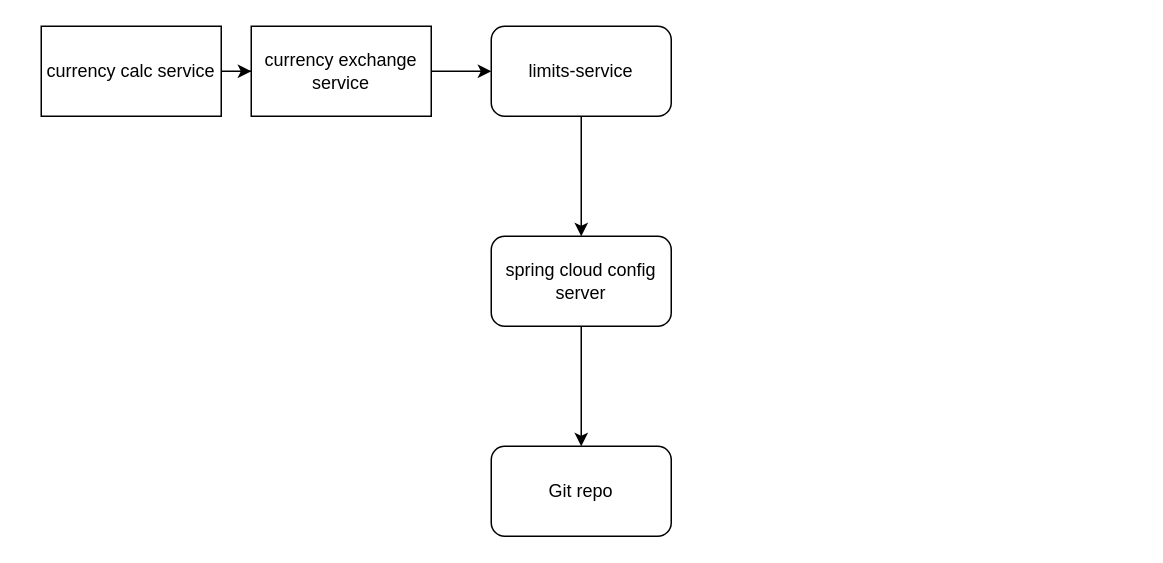
Above: Untitled Diagram.drawio in sohin-shah/drawio (draw.io), before the change. Source tidied: cells renumbered, new cells numbered last; positions are measured from the earlier drawing's top-left corner, leaving out a move shared by most shapes. Both pictures are drawn from the tidied source at 150%, with x=0, y=0 at pixel (40, 26).
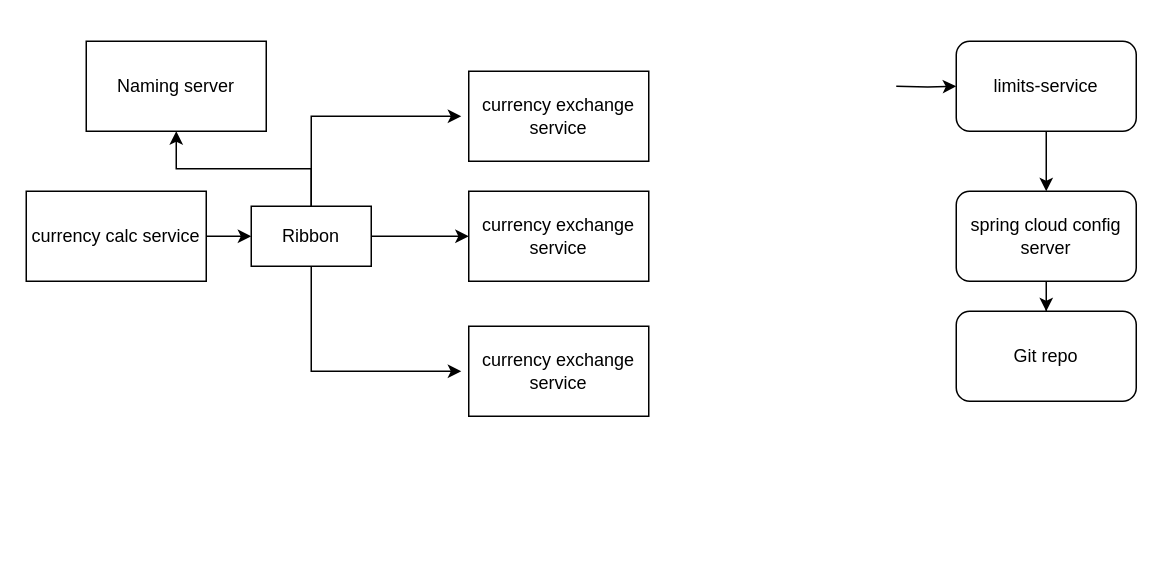
The same page after the edit.

Diff of the diagram source:
```diff
@@
     <mxCell id="3" value="limits-service" style="rounded=1;whiteSpace=wrap;html=1;" parent="1" vertex="1">
-      <mxGeometry x="300" width="120" height="60" as="geometry" />
+      <mxGeometry x="610" y="10" width="120" height="60" as="geometry" />
     </mxCell>
@@
     <mxCell id="5" value="spring cloud config server" style="whiteSpace=wrap;html=1;rounded=1;" parent="1" vertex="1">
-      <mxGeometry x="300" y="140" width="120" height="60" as="geometry" />
+      <mxGeometry x="610" y="110" width="120" height="60" as="geometry" />
     </mxCell>
     <mxCell id="6" value="Git repo" style="whiteSpace=wrap;html=1;rounded=1;" parent="1" vertex="1">
-      <mxGeometry x="300" y="280" width="120" height="60" as="geometry" />
+      <mxGeometry x="610" y="190" width="120" height="60" as="geometry" />
     </mxCell>
-    <mxCell id="7" style="edgeStyle=orthogonalEdgeStyle;rounded=0;jettySize=auto;html=1;" parent="1" edge="1" source="8" target="10">
-      <mxGeometry relative="1" as="geometry" />
-    </mxCell>
+    <mxCell id="11" style="edgeStyle=orthogonalEdgeStyle;rounded=0;jettySize=auto;html=1;" parent="1" edge="1" source="8" target="18">
+      <mxGeometry relative="1" as="geometry" />
+    </mxCell>
     <mxCell id="8" value="currency calc service" style="rounded=0;whiteSpace=wrap;html=1;" parent="1" vertex="1">
-      <mxGeometry width="120" height="60" as="geometry" />
+      <mxGeometry x="-10" y="110" width="120" height="60" as="geometry" />
     </mxCell>
-    <mxCell id="9" style="edgeStyle=orthogonalEdgeStyle;rounded=0;jettySize=auto;html=1;" parent="1" edge="1" source="10" target="3">
-      <mxGeometry relative="1" as="geometry" />
+    <mxCell id="9" style="edgeStyle=orthogonalEdgeStyle;rounded=0;jettySize=auto;html=1;" parent="1" edge="1" target="3">
+      <mxGeometry relative="1" as="geometry">
+        <mxPoint x="570" y="40" as="sourcePoint" />
+      </mxGeometry>
     </mxCell>
     <mxCell id="10" value="currency exchange service" style="whiteSpace=wrap;html=1;rounded=0;" parent="1" vertex="1">
-      <mxGeometry x="140" width="120" height="60" as="geometry" />
+      <mxGeometry x="285" y="110" width="120" height="60" as="geometry" />
     </mxCell>
+    <mxCell id="12" value="currency exchange service" style="whiteSpace=wrap;html=1;rounded=0;" parent="1" vertex="1">
+      <mxGeometry x="285" y="200" width="120" height="60" as="geometry" />
+    </mxCell>
+    <mxCell id="13" value="currency exchange service" style="whiteSpace=wrap;html=1;rounded=0;" parent="1" vertex="1">
+      <mxGeometry x="285" y="30" width="120" height="60" as="geometry" />
+    </mxCell>
+    <mxCell id="14" style="edgeStyle=orthogonalEdgeStyle;rounded=0;jettySize=auto;html=1;" parent="1" edge="1" source="18" target="10">
+      <mxGeometry relative="1" as="geometry" />
+    </mxCell>
+    <mxCell id="15" style="edgeStyle=orthogonalEdgeStyle;rounded=0;jettySize=auto;html=1;" parent="1" edge="1" source="18">
+      <mxGeometry relative="1" as="geometry">
+        <mxPoint x="280" y="60" as="targetPoint" />
+        <Array as="points">
+          <mxPoint x="180" y="60" />
+        </Array>
+      </mxGeometry>
+    </mxCell>
+    <mxCell id="16" style="edgeStyle=orthogonalEdgeStyle;rounded=0;jettySize=auto;html=1;" parent="1" edge="1" source="18">
+      <mxGeometry relative="1" as="geometry">
+        <mxPoint x="280" y="230" as="targetPoint" />
+        <Array as="points">
+          <mxPoint x="180" y="230" />
+        </Array>
+      </mxGeometry>
+    </mxCell>
+    <mxCell id="17" style="edgeStyle=orthogonalEdgeStyle;rounded=0;jettySize=auto;html=1;" parent="1" edge="1" source="18" target="19">
+      <mxGeometry relative="1" as="geometry" />
+    </mxCell>
+    <mxCell id="18" value="Ribbon" style="whiteSpace=wrap;html=1;rounded=0;" parent="1" vertex="1">
+      <mxGeometry x="140" y="120" width="80" height="40" as="geometry" />
+    </mxCell>
+    <mxCell id="19" value="Naming server" style="whiteSpace=wrap;html=1;rounded=0;" parent="1" vertex="1">
+      <mxGeometry x="30" y="10" width="120" height="60" as="geometry" />
+    </mxCell>
```
